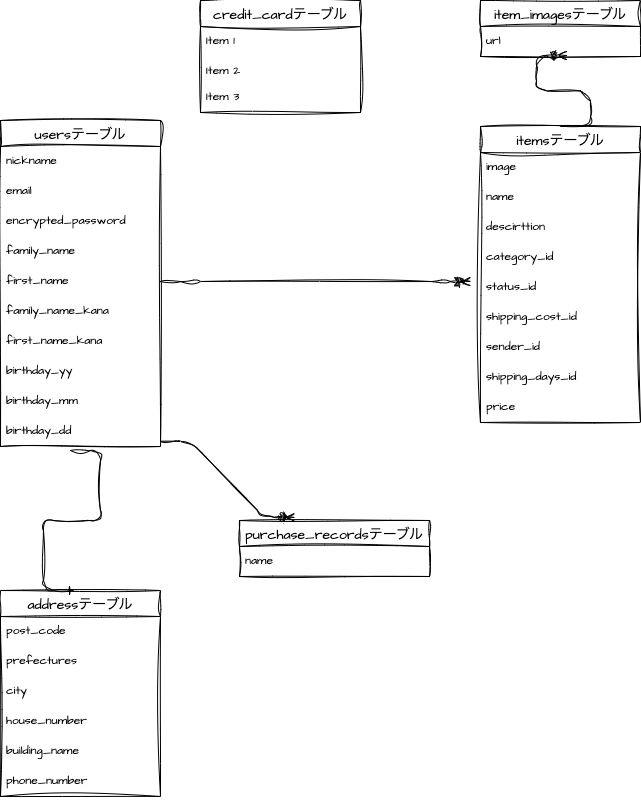
pon28/furima-38824 keeps this draw.io diagram as ER.drawio.png. Above is the earlier version. Source tidied: cells renumbered, new cells last; positions are measured from the earlier drawing's top-left corner, leaving out a move shared by most shapes.
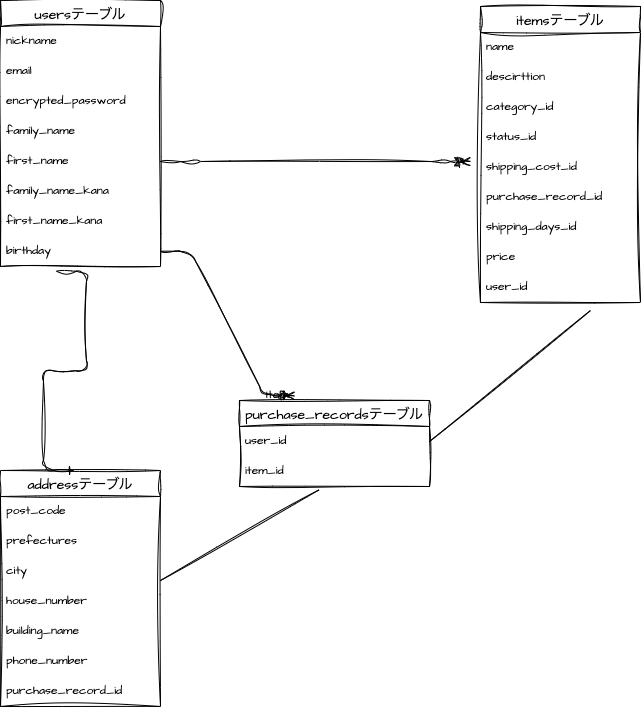
After the change.

Commit message:
ER図、README修正

What changed in the source:
```diff
@@ -3,7 +3,7 @@
     <mxCell id="0" />
     <mxCell id="1" parent="0" />
     <mxCell id="2" value="usersテーブル" style="swimlane;fontStyle=0;horizontal=1;startSize=26;align=center;fontSize=14;sketch=1;hachureGap=4;jiggle=2;curveFitting=1;fontFamily=Architects Daughter;fontSource=https%3A%2F%2Ffonts.googleapis.com%2Fcss%3Ffamily%3DArchitects%2BDaughter;" parent="1" vertex="1">
-      <mxGeometry y="120" width="160" height="326" as="geometry" />
+      <mxGeometry y="120" width="160" height="266" as="geometry" />
     </mxCell>
     <mxCell id="3" value="nickname" style="text;strokeColor=none;fillColor=none;spacingLeft=4;spacingRight=4;overflow=hidden;fontSize=12;sketch=1;hachureGap=4;jiggle=2;curveFitting=1;fontFamily=Architects Daughter;fontSource=https%3A%2F%2Ffonts.googleapis.com%2Fcss%3Ffamily%3DArchitects%2BDaughter;" parent="2" vertex="1">
       <mxGeometry y="26" width="160" height="30" as="geometry" />
@@ -26,53 +26,41 @@
     <mxCell id="9" value="first_name_kana" style="text;strokeColor=none;fillColor=none;spacingLeft=4;spacingRight=4;overflow=hidden;fontSize=12;sketch=1;hachureGap=4;jiggle=2;curveFitting=1;fontFamily=Architects Daughter;fontSource=https%3A%2F%2Ffonts.googleapis.com%2Fcss%3Ffamily%3DArchitects%2BDaughter;" parent="2" vertex="1">
       <mxGeometry y="206" width="160" height="30" as="geometry" />
     </mxCell>
-    <mxCell id="10" value="birthday_yy" style="text;strokeColor=none;fillColor=none;spacingLeft=4;spacingRight=4;overflow=hidden;points=[[0,0.5],[1,0.5]];portConstraint=eastwest;fontSize=12;sketch=1;hachureGap=4;jiggle=2;curveFitting=1;fontFamily=Architects Daughter;fontSource=https%3A%2F%2Ffonts.googleapis.com%2Fcss%3Ffamily%3DArchitects%2BDaughter;" parent="2" vertex="1">
+    <mxCell id="10" value="birthday" style="text;strokeColor=none;fillColor=none;spacingLeft=4;spacingRight=4;overflow=hidden;points=[[0,0.5],[1,0.5]];portConstraint=eastwest;fontSize=12;sketch=1;hachureGap=4;jiggle=2;curveFitting=1;fontFamily=Architects Daughter;fontSource=https%3A%2F%2Ffonts.googleapis.com%2Fcss%3Ffamily%3DArchitects%2BDaughter;" parent="2" vertex="1">
       <mxGeometry y="236" width="160" height="30" as="geometry" />
     </mxCell>
-    <mxCell id="11" value="birthday_mm" style="text;strokeColor=none;fillColor=none;spacingLeft=4;spacingRight=4;overflow=hidden;fontSize=12;sketch=1;hachureGap=4;jiggle=2;curveFitting=1;fontFamily=Architects Daughter;fontSource=https%3A%2F%2Ffonts.googleapis.com%2Fcss%3Ffamily%3DArchitects%2BDaughter;" parent="2" vertex="1">
-      <mxGeometry y="266" width="160" height="30" as="geometry" />
-    </mxCell>
-    <mxCell id="12" value="birthday_dd" style="text;strokeColor=none;fillColor=none;spacingLeft=4;spacingRight=4;overflow=hidden;points=[[0,0.5],[1,0.5]];portConstraint=eastwest;fontSize=12;sketch=1;hachureGap=4;jiggle=2;curveFitting=1;fontFamily=Architects Daughter;fontSource=https%3A%2F%2Ffonts.googleapis.com%2Fcss%3Ffamily%3DArchitects%2BDaughter;" parent="2" vertex="1">
-      <mxGeometry y="296" width="160" height="30" as="geometry" />
-    </mxCell>
     <mxCell id="13" value="itemsテーブル" style="swimlane;fontStyle=0;horizontal=1;startSize=26;align=center;fontSize=14;sketch=1;hachureGap=4;jiggle=2;curveFitting=1;fontFamily=Architects Daughter;fontSource=https%3A%2F%2Ffonts.googleapis.com%2Fcss%3Ffamily%3DArchitects%2BDaughter;" parent="1" vertex="1">
       <mxGeometry x="480" y="126" width="160" height="296" as="geometry" />
     </mxCell>
-    <mxCell id="14" value="image" style="text;strokeColor=none;fillColor=none;spacingLeft=4;spacingRight=4;overflow=hidden;fontSize=12;sketch=1;hachureGap=4;jiggle=2;curveFitting=1;fontFamily=Architects Daughter;fontSource=https%3A%2F%2Ffonts.googleapis.com%2Fcss%3Ffamily%3DArchitects%2BDaughter;" parent="13" vertex="1">
-      <mxGeometry y="26" width="160" height="30" as="geometry" />
-    </mxCell>
     <mxCell id="15" value="name" style="text;strokeColor=none;fillColor=none;spacingLeft=4;spacingRight=4;overflow=hidden;fontSize=12;sketch=1;hachureGap=4;jiggle=2;curveFitting=1;fontFamily=Architects Daughter;fontSource=https%3A%2F%2Ffonts.googleapis.com%2Fcss%3Ffamily%3DArchitects%2BDaughter;" parent="13" vertex="1">
-      <mxGeometry y="56" width="160" height="30" as="geometry" />
+      <mxGeometry y="26" width="160" height="30" as="geometry" />
     </mxCell>
     <mxCell id="16" value="descirttion" style="text;strokeColor=none;fillColor=none;spacingLeft=4;spacingRight=4;overflow=hidden;fontSize=12;sketch=1;hachureGap=4;jiggle=2;curveFitting=1;fontFamily=Architects Daughter;fontSource=https%3A%2F%2Ffonts.googleapis.com%2Fcss%3Ffamily%3DArchitects%2BDaughter;" parent="13" vertex="1">
-      <mxGeometry y="86" width="160" height="30" as="geometry" />
+      <mxGeometry y="56" width="160" height="30" as="geometry" />
     </mxCell>
     <mxCell id="17" value="category_id" style="text;strokeColor=none;fillColor=none;spacingLeft=4;spacingRight=4;overflow=hidden;fontSize=12;sketch=1;hachureGap=4;jiggle=2;curveFitting=1;fontFamily=Architects Daughter;fontSource=https%3A%2F%2Ffonts.googleapis.com%2Fcss%3Ffamily%3DArchitects%2BDaughter;" parent="13" vertex="1">
-      <mxGeometry y="116" width="160" height="30" as="geometry" />
+      <mxGeometry y="86" width="160" height="30" as="geometry" />
     </mxCell>
     <mxCell id="18" value="status_id" style="text;strokeColor=none;fillColor=none;spacingLeft=4;spacingRight=4;overflow=hidden;fontSize=12;sketch=1;hachureGap=4;jiggle=2;curveFitting=1;fontFamily=Architects Daughter;fontSource=https%3A%2F%2Ffonts.googleapis.com%2Fcss%3Ffamily%3DArchitects%2BDaughter;" parent="13" vertex="1">
-      <mxGeometry y="146" width="160" height="30" as="geometry" />
+      <mxGeometry y="116" width="160" height="30" as="geometry" />
     </mxCell>
     <mxCell id="19" value="shipping_cost_id" style="text;strokeColor=none;fillColor=none;spacingLeft=4;spacingRight=4;overflow=hidden;fontSize=12;sketch=1;hachureGap=4;jiggle=2;curveFitting=1;fontFamily=Architects Daughter;fontSource=https%3A%2F%2Ffonts.googleapis.com%2Fcss%3Ffamily%3DArchitects%2BDaughter;" parent="13" vertex="1">
-      <mxGeometry y="176" width="160" height="30" as="geometry" />
+      <mxGeometry y="146" width="160" height="30" as="geometry" />
     </mxCell>
-    <mxCell id="20" value="sender_id" style="text;strokeColor=none;fillColor=none;spacingLeft=4;spacingRight=4;overflow=hidden;fontSize=12;sketch=1;hachureGap=4;jiggle=2;curveFitting=1;fontFamily=Architects Daughter;fontSource=https%3A%2F%2Ffonts.googleapis.com%2Fcss%3Ffamily%3DArchitects%2BDaughter;" parent="13" vertex="1">
-      <mxGeometry y="206" width="160" height="30" as="geometry" />
-    </mxCell>
+    <mxCell id="42" value="purchase_record_id" style="text;strokeColor=none;fillColor=none;spacingLeft=4;spacingRight=4;overflow=hidden;fontSize=12;sketch=1;hachureGap=4;jiggle=2;curveFitting=1;fontFamily=Architects Daughter;fontSource=https%3A%2F%2Ffonts.googleapis.com%2Fcss%3Ffamily%3DArchitects%2BDaughter;" parent="13" vertex="1">
+      <mxGeometry y="176" width="160" height="30" as="geometry" />
+    </mxCell>
     <mxCell id="21" value="shipping_days_id" style="text;strokeColor=none;fillColor=none;spacingLeft=4;spacingRight=4;overflow=hidden;fontSize=12;sketch=1;hachureGap=4;jiggle=2;curveFitting=1;fontFamily=Architects Daughter;fontSource=https%3A%2F%2Ffonts.googleapis.com%2Fcss%3Ffamily%3DArchitects%2BDaughter;" parent="13" vertex="1">
-      <mxGeometry y="236" width="160" height="30" as="geometry" />
+      <mxGeometry y="206" width="160" height="30" as="geometry" />
     </mxCell>
     <mxCell id="22" value="price" style="text;strokeColor=none;fillColor=none;spacingLeft=4;spacingRight=4;overflow=hidden;fontSize=12;sketch=1;hachureGap=4;jiggle=2;curveFitting=1;fontFamily=Architects Daughter;fontSource=https%3A%2F%2Ffonts.googleapis.com%2Fcss%3Ffamily%3DArchitects%2BDaughter;" parent="13" vertex="1">
-      <mxGeometry y="266" width="160" height="30" as="geometry" />
+      <mxGeometry y="236" width="160" height="30" as="geometry" />
     </mxCell>
-    <mxCell id="23" value="item_imagesテーブル" style="swimlane;fontStyle=0;horizontal=1;startSize=26;align=center;fontSize=14;sketch=1;hachureGap=4;jiggle=2;curveFitting=1;fontFamily=Architects Daughter;fontSource=https%3A%2F%2Ffonts.googleapis.com%2Fcss%3Ffamily%3DArchitects%2BDaughter;" parent="1" vertex="1">
-      <mxGeometry x="480" width="160" height="56" as="geometry" />
-    </mxCell>
-    <mxCell id="24" value="url" style="text;strokeColor=none;fillColor=none;spacingLeft=4;spacingRight=4;overflow=hidden;points=[[0,0.5],[1,0.5]];portConstraint=eastwest;fontSize=12;sketch=1;hachureGap=4;jiggle=2;curveFitting=1;fontFamily=Architects Daughter;fontSource=https%3A%2F%2Ffonts.googleapis.com%2Fcss%3Ffamily%3DArchitects%2BDaughter;" parent="23" vertex="1">
-      <mxGeometry y="26" width="160" height="30" as="geometry" />
-    </mxCell>
+    <mxCell id="43" value="user_id" style="text;strokeColor=none;fillColor=none;spacingLeft=4;spacingRight=4;overflow=hidden;fontSize=12;sketch=1;hachureGap=4;jiggle=2;curveFitting=1;fontFamily=Architects Daughter;fontSource=https%3A%2F%2Ffonts.googleapis.com%2Fcss%3Ffamily%3DArchitects%2BDaughter;" parent="13" vertex="1">
+      <mxGeometry y="266" width="160" height="30" as="geometry" />
+    </mxCell>
     <mxCell id="25" value="addressテーブル" style="swimlane;fontStyle=0;horizontal=1;startSize=26;align=center;fontSize=14;sketch=1;hachureGap=4;jiggle=2;curveFitting=1;fontFamily=Architects Daughter;fontSource=https%3A%2F%2Ffonts.googleapis.com%2Fcss%3Ffamily%3DArchitects%2BDaughter;" parent="1" vertex="1">
-      <mxGeometry y="590" width="160" height="206" as="geometry" />
+      <mxGeometry y="590" width="160" height="236" as="geometry" />
     </mxCell>
     <mxCell id="26" value="post_code" style="text;strokeColor=none;fillColor=none;spacingLeft=4;spacingRight=4;overflow=hidden;fontSize=12;sketch=1;hachureGap=4;jiggle=2;curveFitting=1;fontFamily=Architects Daughter;fontSource=https%3A%2F%2Ffonts.googleapis.com%2Fcss%3Ffamily%3DArchitects%2BDaughter;" parent="25" vertex="1">
       <mxGeometry y="26" width="160" height="30" as="geometry" />
@@ -92,39 +80,41 @@
     <mxCell id="31" value="phone_number" style="text;strokeColor=none;fillColor=none;spacingLeft=4;spacingRight=4;overflow=hidden;fontSize=12;sketch=1;hachureGap=4;jiggle=2;curveFitting=1;fontFamily=Architects Daughter;fontSource=https%3A%2F%2Ffonts.googleapis.com%2Fcss%3Ffamily%3DArchitects%2BDaughter;" parent="25" vertex="1">
       <mxGeometry y="176" width="160" height="30" as="geometry" />
     </mxCell>
+    <mxCell id="44" value="purchase_record_id" style="text;strokeColor=none;fillColor=none;spacingLeft=4;spacingRight=4;overflow=hidden;fontSize=12;sketch=1;hachureGap=4;jiggle=2;curveFitting=1;fontFamily=Architects Daughter;fontSource=https%3A%2F%2Ffonts.googleapis.com%2Fcss%3Ffamily%3DArchitects%2BDaughter;" parent="25" vertex="1">
+      <mxGeometry y="206" width="160" height="30" as="geometry" />
+    </mxCell>
     <mxCell id="32" value="purchase_recordsテーブル" style="swimlane;fontStyle=0;horizontal=1;startSize=26;align=center;fontSize=14;sketch=1;hachureGap=4;jiggle=2;curveFitting=1;fontFamily=Architects Daughter;fontSource=https%3A%2F%2Ffonts.googleapis.com%2Fcss%3Ffamily%3DArchitects%2BDaughter;" parent="1" vertex="1">
-      <mxGeometry x="239" y="520" width="190" height="56" as="geometry" />
+      <mxGeometry x="239" y="520" width="190" height="86" as="geometry" />
     </mxCell>
-    <mxCell id="33" value="name" style="text;strokeColor=none;fillColor=none;spacingLeft=4;spacingRight=4;overflow=hidden;points=[[0,0.5],[1,0.5]];portConstraint=eastwest;fontSize=12;sketch=1;hachureGap=4;jiggle=2;curveFitting=1;fontFamily=Architects Daughter;fontSource=https%3A%2F%2Ffonts.googleapis.com%2Fcss%3Ffamily%3DArchitects%2BDaughter;" parent="32" vertex="1">
+    <mxCell id="33" value="user_id" style="text;strokeColor=none;fillColor=none;spacingLeft=4;spacingRight=4;overflow=hidden;points=[[0,0.5],[1,0.5]];portConstraint=eastwest;fontSize=12;sketch=1;hachureGap=4;jiggle=2;curveFitting=1;fontFamily=Architects Daughter;fontSource=https%3A%2F%2Ffonts.googleapis.com%2Fcss%3Ffamily%3DArchitects%2BDaughter;" parent="32" vertex="1">
       <mxGeometry y="26" width="190" height="30" as="geometry" />
     </mxCell>
+    <mxCell id="45" value="item_id" style="text;strokeColor=none;fillColor=none;spacingLeft=4;spacingRight=4;overflow=hidden;points=[[0,0.5],[1,0.5]];portConstraint=eastwest;fontSize=12;sketch=1;hachureGap=4;jiggle=2;curveFitting=1;fontFamily=Architects Daughter;fontSource=https%3A%2F%2Ffonts.googleapis.com%2Fcss%3Ffamily%3DArchitects%2BDaughter;" parent="32" vertex="1">
+      <mxGeometry y="56" width="190" height="30" as="geometry" />
+    </mxCell>
-    <mxCell id="34" style="edgeStyle=entityRelationEdgeStyle;fontSize=12;html=1;endArrow=ERone;endFill=1;sketch=1;hachureGap=4;jiggle=2;curveFitting=1;fontFamily=Architects Daughter;fontSource=https%3A%2F%2Ffonts.googleapis.com%2Fcss%3Ffamily%3DArchitects%2BDaughter;entryX=0.456;entryY=0;entryDx=0;entryDy=0;entryPerimeter=0;" parent="1" edge="1" target="25">
-      <mxGeometry relative="1" as="geometry">
-        <mxPoint x="70" y="450" as="sourcePoint" />
-      </mxGeometry>
+    <mxCell id="34" style="edgeStyle=entityRelationEdgeStyle;fontSize=12;html=1;endArrow=ERone;endFill=1;sketch=1;hachureGap=4;jiggle=2;curveFitting=1;fontFamily=Architects Daughter;fontSource=https%3A%2F%2Ffonts.googleapis.com%2Fcss%3Ffamily%3DArchitects%2BDaughter;entryX=0.456;entryY=0;entryDx=0;entryDy=0;entryPerimeter=0;exitX=0.35;exitY=1.156;exitDx=0;exitDy=0;exitPerimeter=0;" parent="1" edge="1" source="10" target="25">
+      <mxGeometry relative="1" as="geometry" />
     </mxCell>
     <mxCell id="35" style="edgeStyle=entityRelationEdgeStyle;fontSize=12;html=1;endArrow=ERzeroToMany;endFill=1;sketch=1;hachureGap=4;jiggle=2;curveFitting=1;fontFamily=Architects Daughter;fontSource=https%3A%2F%2Ffonts.googleapis.com%2Fcss%3Ffamily%3DArchitects%2BDaughter;exitX=1;exitY=0.5;exitDx=0;exitDy=0;" parent="1" edge="1" source="7">
       <mxGeometry relative="1" as="geometry">
         <mxPoint x="470" y="281" as="targetPoint" />
       </mxGeometry>
     </mxCell>
-    <mxCell id="36" style="edgeStyle=entityRelationEdgeStyle;fontSize=12;html=1;endArrow=ERzeroToMany;endFill=1;sketch=1;hachureGap=4;jiggle=2;curveFitting=1;fontFamily=Architects Daughter;fontSource=https%3A%2F%2Ffonts.googleapis.com%2Fcss%3Ffamily%3DArchitects%2BDaughter;entryX=0.538;entryY=0.967;entryDx=0;entryDy=0;entryPerimeter=0;exitX=0.5;exitY=0;exitDx=0;exitDy=0;" parent="1" edge="1" source="13" target="24">
-      <mxGeometry relative="1" as="geometry" />
-    </mxCell>
-    <mxCell id="37" style="edgeStyle=entityRelationEdgeStyle;fontSize=12;html=1;endArrow=ERzeroToMany;endFill=1;sketch=1;hachureGap=4;jiggle=2;curveFitting=1;fontFamily=Architects Daughter;fontSource=https%3A%2F%2Ffonts.googleapis.com%2Fcss%3Ffamily%3DArchitects%2BDaughter;exitX=1;exitY=0.833;exitDx=0;exitDy=0;exitPerimeter=0;entryX=0.289;entryY=-0.054;entryDx=0;entryDy=0;entryPerimeter=0;" parent="1" edge="1" source="12" target="32">
+    <mxCell id="37" style="edgeStyle=entityRelationEdgeStyle;fontSize=12;html=1;endArrow=ERzeroToMany;endFill=1;sketch=1;hachureGap=4;jiggle=2;curveFitting=1;fontFamily=Architects Daughter;fontSource=https%3A%2F%2Ffonts.googleapis.com%2Fcss%3Ffamily%3DArchitects%2BDaughter;exitX=1;exitY=0.5;exitDx=0;exitDy=0;entryX=0.289;entryY=-0.054;entryDx=0;entryDy=0;entryPerimeter=0;" parent="1" edge="1" source="10" target="32">
       <mxGeometry relative="1" as="geometry" />
     </mxCell>
-    <mxCell id="38" value="credit_cardテーブル" style="swimlane;fontStyle=0;horizontal=1;startSize=26;align=center;fontSize=14;sketch=1;hachureGap=4;jiggle=2;curveFitting=1;fontFamily=Architects Daughter;fontSource=https%3A%2F%2Ffonts.googleapis.com%2Fcss%3Ffamily%3DArchitects%2BDaughter;" parent="1" vertex="1">
-      <mxGeometry x="200" width="160" height="112" as="geometry" />
-    </mxCell>
-    <mxCell id="39" value="Item 1" style="text;strokeColor=none;fillColor=none;spacingLeft=4;spacingRight=4;overflow=hidden;fontSize=12;sketch=1;hachureGap=4;jiggle=2;curveFitting=1;fontFamily=Architects Daughter;fontSource=https%3A%2F%2Ffonts.googleapis.com%2Fcss%3Ffamily%3DArchitects%2BDaughter;" parent="38" vertex="1">
-      <mxGeometry y="26" width="160" height="30" as="geometry" />
-    </mxCell>
-    <mxCell id="40" value="Item 2" style="text;strokeColor=none;fillColor=none;spacingLeft=4;spacingRight=4;overflow=hidden;fontSize=12;sketch=1;hachureGap=4;jiggle=2;curveFitting=1;fontFamily=Architects Daughter;fontSource=https%3A%2F%2Ffonts.googleapis.com%2Fcss%3Ffamily%3DArchitects%2BDaughter;" parent="38" vertex="1">
-      <mxGeometry y="56" width="160" height="26" as="geometry" />
-    </mxCell>
-    <mxCell id="41" value="Item 3" style="text;strokeColor=none;fillColor=none;spacingLeft=4;spacingRight=4;overflow=hidden;fontSize=12;sketch=1;hachureGap=4;jiggle=2;curveFitting=1;fontFamily=Architects Daughter;fontSource=https%3A%2F%2Ffonts.googleapis.com%2Fcss%3Ffamily%3DArchitects%2BDaughter;" parent="38" vertex="1">
-      <mxGeometry y="82" width="160" height="30" as="geometry" />
-    </mxCell>
+    <mxCell id="46" style="endArrow=none;html=1;rounded=0;sketch=1;hachureGap=4;jiggle=2;curveFitting=1;fontFamily=Architects Daughter;fontSource=https%3A%2F%2Ffonts.googleapis.com%2Fcss%3Ffamily%3DArchitects%2BDaughter;fontSize=16;entryX=0.419;entryY=1.111;entryDx=0;entryDy=0;entryPerimeter=0;" parent="1" edge="1" target="45">
+      <mxGeometry relative="1" as="geometry">
+        <mxPoint x="160" y="700" as="sourcePoint" />
+      </mxGeometry>
+    </mxCell>
+    <mxCell id="47" value="Item" style="text;strokeColor=none;fillColor=none;spacingLeft=4;spacingRight=4;overflow=hidden;fontSize=12;sketch=1;hachureGap=4;jiggle=2;curveFitting=1;fontFamily=Architects Daughter;fontSource=https%3A%2F%2Ffonts.googleapis.com%2Fcss%3Ffamily%3DArchitects%2BDaughter;" parent="1" vertex="1">
+      <mxGeometry x="260" y="500" width="40" height="30" as="geometry" />
+    </mxCell>
+    <mxCell id="48" style="endArrow=none;html=1;rounded=0;sketch=1;hachureGap=4;jiggle=2;curveFitting=1;fontFamily=Architects Daughter;fontSource=https%3A%2F%2Ffonts.googleapis.com%2Fcss%3Ffamily%3DArchitects%2BDaughter;fontSize=16;exitX=1;exitY=0.5;exitDx=0;exitDy=0;" parent="1" edge="1" source="33">
+      <mxGeometry relative="1" as="geometry">
+        <mxPoint x="590" y="430" as="targetPoint" />
+      </mxGeometry>
+    </mxCell>
   </root>
 </mxGraphModel>
```
